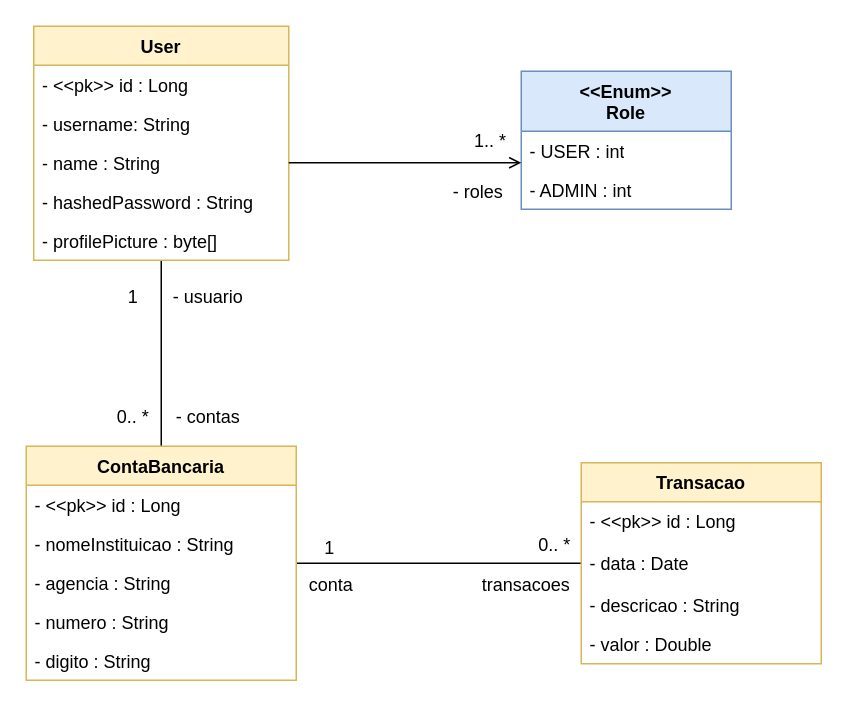
CoutinhoJhonatas/gestor-financas-draw keeps this draw.io diagram as gestor-financas-class-diagram.drawio. Above is the earlier version. Source tidied: cells renumbered, new cells numbered last; positions are measured from the earlier drawing's top-left corner, leaving out a move shared by most shapes. Both pictures are drawn from the tidied source at 150%, with x=0, y=0 at pixel (26, 26).
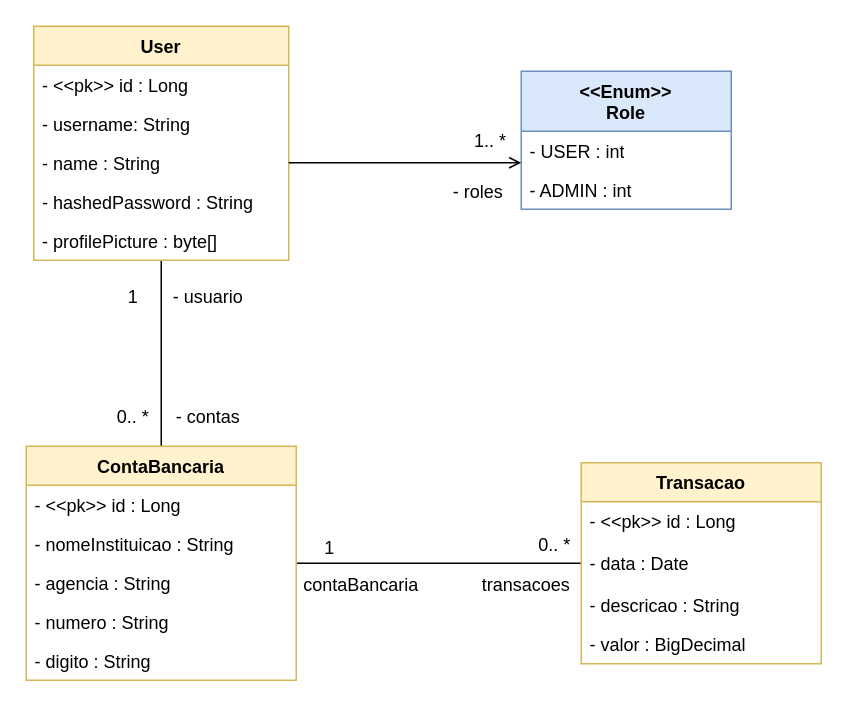
Above is the later version.

The change refers to these unchanged cells:
```xml
<mxCell id="4" value="Transacao" style="swimlane;fontStyle=1;align=center;verticalAlign=top;horizontal=1;startSize=26;whiteSpace=wrap;html=1;swimlaneFillColor=#FFFFFF;fillColor=#fff2cc;strokeColor=#d6b656;" parent="1" vertex="1">
  <mxGeometry x="370" y="291" width="160" height="134" as="geometry" />
</mxCell>
```

What changed in the source:
```diff
@@
-    <mxCell id="8" value="- valor : Double" style="text;strokeColor=none;fillColor=none;align=left;verticalAlign=top;spacingLeft=4;spacingRight=4;overflow=hidden;whiteSpace=wrap;html=1;" parent="4" vertex="1">
+    <mxCell id="8" value="- valor : BigDecimal" style="text;strokeColor=none;fillColor=none;align=left;verticalAlign=top;spacingLeft=4;spacingRight=4;overflow=hidden;whiteSpace=wrap;html=1;" parent="4" vertex="1">
       <mxGeometry y="108" width="160" height="26" as="geometry" />
     </mxCell>
@@
-    <mxCell id="35" value="conta" style="edgeLabel;html=1;align=center;verticalAlign=middle;fontSize=12;" parent="1" vertex="1">
-      <mxGeometry x="210" y="340" as="geometry">
+    <mxCell id="35" value="contaBancaria" style="edgeLabel;html=1;align=center;verticalAlign=middle;fontSize=12;" parent="1" vertex="1">
+      <mxGeometry x="230" y="340" as="geometry">
         <mxPoint x="-8" y="32" as="offset" />
       </mxGeometry>
     </mxCell>
```
